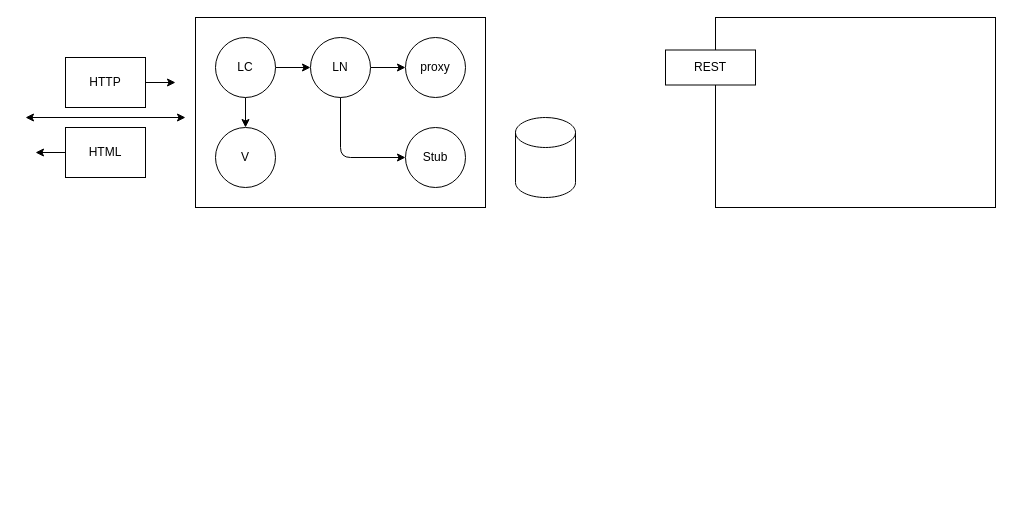
The draw.io diagram page "Página-8" (8 of 8) of dibujillos.drawio in lrag/TDD, before the edit. Source tidied: cells renumbered, new cells numbered last; positions are measured from the earlier drawing's top-left corner, leaving out a move shared by most shapes. Both pictures are drawn from the tidied source at 100%, with x=0, y=0 at pixel (25, 17).
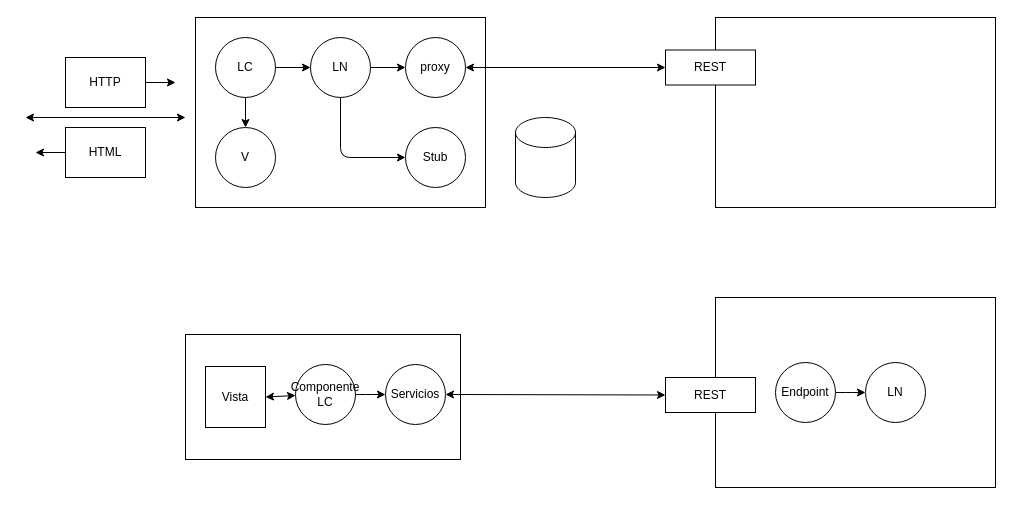
The same page after the edit.

Unchanged cells that the change refers to:
```xml
<mxCell id="16" value="REST" style="rounded=0;whiteSpace=wrap;html=1;" parent="1" vertex="1">
  <mxGeometry x="640" y="32.5" width="90" height="35" as="geometry" />
</mxCell>
<mxCell id="17" value="proxy" style="ellipse;whiteSpace=wrap;html=1;" parent="1" vertex="1">
  <mxGeometry x="380" y="20" width="60" height="60" as="geometry" />
</mxCell>
```

The edit, as a diff of the source:
```diff
@@
+    <mxCell id="20" style="endArrow=classic;startArrow=classic;html=1;rounded=1;exitX=1;exitY=0.5;exitDx=0;exitDy=0;entryX=0;entryY=0.5;entryDx=0;entryDy=0;" parent="1" edge="1" source="17" target="16">
+      <mxGeometry relative="1" as="geometry" />
+    </mxCell>
+    <mxCell id="21" style="rounded=0;whiteSpace=wrap;html=1;" parent="1" vertex="1">
+      <mxGeometry x="690" y="280" width="280" height="190" as="geometry" />
+    </mxCell>
+    <mxCell id="22" value="REST" style="rounded=0;whiteSpace=wrap;html=1;" parent="1" vertex="1">
+      <mxGeometry x="640" y="360" width="90" height="35" as="geometry" />
+    </mxCell>
+    <mxCell id="23" style="rounded=0;whiteSpace=wrap;html=1;" parent="1" vertex="1">
+      <mxGeometry x="160" y="317" width="275" height="125" as="geometry" />
+    </mxCell>
+    <mxCell id="24" style="endArrow=classic;startArrow=classic;html=1;rounded=1;entryX=0;entryY=0.5;entryDx=0;entryDy=0;" parent="1" edge="1" source="28" target="22">
+      <mxGeometry relative="1" as="geometry" />
+    </mxCell>
+    <mxCell id="25" value="Vista" style="rounded=0;whiteSpace=wrap;html=1;" parent="1" vertex="1">
+      <mxGeometry x="180" y="349" width="60" height="61" as="geometry" />
+    </mxCell>
+    <mxCell id="26" style="edgeStyle=orthogonalEdgeStyle;rounded=1;jettySize=auto;html=1;" parent="1" edge="1" source="27" target="28">
+      <mxGeometry relative="1" as="geometry" />
+    </mxCell>
+    <mxCell id="27" value="Componente&lt;br&gt;LC" style="ellipse;whiteSpace=wrap;html=1;" parent="1" vertex="1">
+      <mxGeometry x="270" y="347" width="60" height="60" as="geometry" />
+    </mxCell>
+    <mxCell id="28" value="Servicios" style="ellipse;whiteSpace=wrap;html=1;" parent="1" vertex="1">
+      <mxGeometry x="360" y="347" width="60" height="60" as="geometry" />
+    </mxCell>
+    <mxCell id="29" style="edgeStyle=orthogonalEdgeStyle;rounded=1;jettySize=auto;html=1;" parent="1" edge="1" source="30" target="31">
+      <mxGeometry relative="1" as="geometry" />
+    </mxCell>
+    <mxCell id="30" value="Endpoint" style="ellipse;whiteSpace=wrap;html=1;" parent="1" vertex="1">
+      <mxGeometry x="750" y="345" width="60" height="60" as="geometry" />
+    </mxCell>
+    <mxCell id="31" value="LN" style="ellipse;whiteSpace=wrap;html=1;" parent="1" vertex="1">
+      <mxGeometry x="840" y="345" width="60" height="60" as="geometry" />
+    </mxCell>
+    <mxCell id="32" style="endArrow=classic;startArrow=classic;html=1;rounded=1;exitX=1;exitY=0.5;exitDx=0;exitDy=0;" parent="1" edge="1" source="25" target="27">
+      <mxGeometry relative="1" as="geometry" />
+    </mxCell>
```
